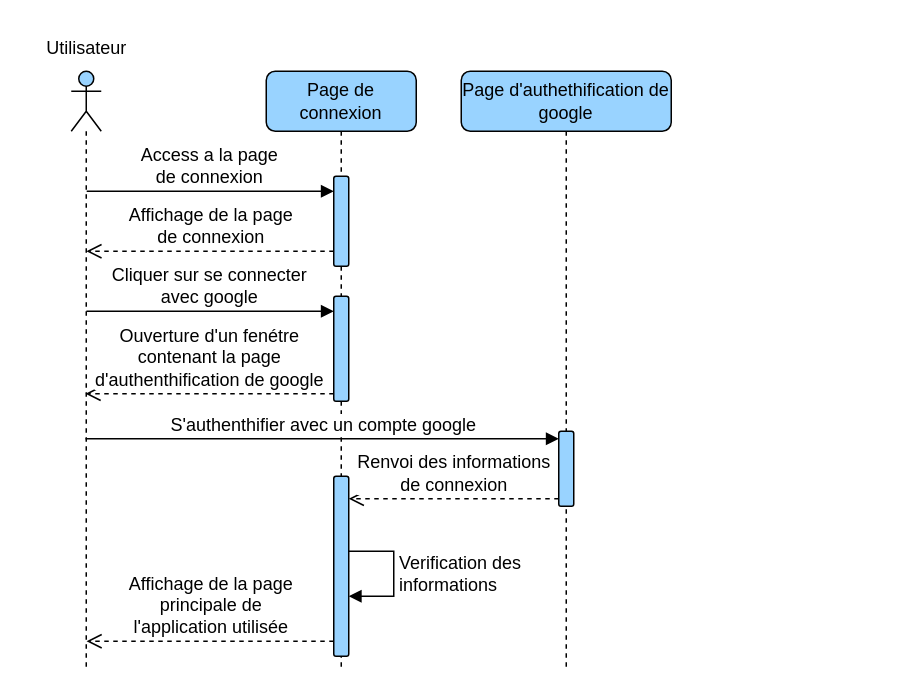
Before: page "google-auth" (4 of 6) of diagrams/sequence.drawio in devlotfi/peage-pay, a draw.io diagram. Source tidied: cells renumbered, new cells numbered last; positions are measured from the earlier drawing's top-left corner, leaving out a move shared by most shapes. Both pictures are drawn from the tidied source at 150%, with x=0, y=0 at pixel (26, 26).
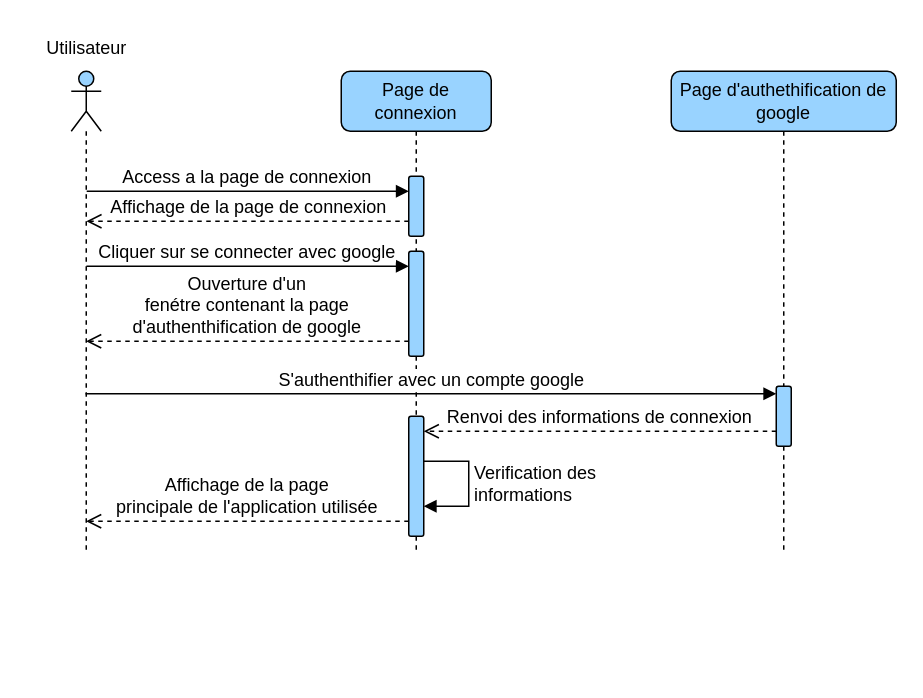
The same page after the edit.

What changed in the source:
```diff
@@
     <mxCell id="2" style="shape=umlLifeline;perimeter=lifelinePerimeter;whiteSpace=wrap;html=1;outlineConnect=0;portConstraint=eastwest;newEdgeStyle={&quot;curved&quot;:0,&quot;rounded&quot;:0};participant=umlActor;rounded=1;strokeColor=default;align=center;verticalAlign=middle;fontFamily=Helvetica;fontSize=12;fontColor=default;fontStyle=0;fillColor=#99D3FF;" parent="1" vertex="1">
-      <mxGeometry x="30" y="30" width="20" height="400" as="geometry" />
+      <mxGeometry x="30" y="30" width="20" height="320" as="geometry" />
     </mxCell>
     <mxCell id="3" value="Page de connexion" style="shape=umlLifeline;perimeter=lifelinePerimeter;whiteSpace=wrap;html=1;newEdgeStyle={&quot;curved&quot;:0,&quot;rounded&quot;:0};rounded=1;strokeColor=default;align=center;verticalAlign=middle;fontFamily=Helvetica;fontSize=12;fontColor=default;fontStyle=0;fillColor=#99D3FF;" parent="1" vertex="1">
-      <mxGeometry x="160" y="30" width="100" height="400" as="geometry" />
+      <mxGeometry x="210" y="30" width="100" height="320" as="geometry" />
     </mxCell>
     <mxCell id="4" style="html=1;points=[[0,0,0,0,5],[0,1,0,0,-5],[1,0,0,0,5],[1,1,0,0,-5]];perimeter=orthogonalPerimeter;outlineConnect=0;targetShapes=umlLifeline;portConstraint=eastwest;newEdgeStyle={&quot;curved&quot;:0,&quot;rounded&quot;:0};rounded=1;strokeColor=default;align=center;verticalAlign=middle;fontFamily=Helvetica;fontSize=12;fontColor=default;fontStyle=0;fillColor=#99D3FF;" parent="3" vertex="1">
-      <mxGeometry x="45" y="70" width="10" height="60" as="geometry" />
+      <mxGeometry x="45" y="70" width="10" height="40" as="geometry" />
     </mxCell>
     <mxCell id="5" style="html=1;points=[[0,0,0,0,5],[0,1,0,0,-5],[1,0,0,0,5],[1,1,0,0,-5]];perimeter=orthogonalPerimeter;outlineConnect=0;targetShapes=umlLifeline;portConstraint=eastwest;newEdgeStyle={&quot;curved&quot;:0,&quot;rounded&quot;:0};rounded=1;strokeColor=default;align=center;verticalAlign=middle;fontFamily=Helvetica;fontSize=12;fontColor=default;fontStyle=0;fillColor=#99D3FF;" parent="3" vertex="1">
-      <mxGeometry x="45" y="150" width="10" height="70" as="geometry" />
+      <mxGeometry x="45" y="120" width="10" height="70" as="geometry" />
     </mxCell>
     <mxCell id="6" style="html=1;points=[[0,0,0,0,5],[0,1,0,0,-5],[1,0,0,0,5],[1,1,0,0,-5]];perimeter=orthogonalPerimeter;outlineConnect=0;targetShapes=umlLifeline;portConstraint=eastwest;newEdgeStyle={&quot;curved&quot;:0,&quot;rounded&quot;:0};rounded=1;strokeColor=default;align=center;verticalAlign=middle;fontFamily=Helvetica;fontSize=12;fontColor=default;fontStyle=0;fillColor=#99D3FF;" parent="3" vertex="1">
-      <mxGeometry x="45" y="270" width="10" height="120" as="geometry" />
+      <mxGeometry x="45" y="230" width="10" height="80" as="geometry" />
     </mxCell>
-    <mxCell id="7" value="Verification des&lt;br&gt;informations" style="html=1;align=left;spacingLeft=2;endArrow=block;rounded=0;edgeStyle=orthogonalEdgeStyle;curved=0;rounded=0;fontFamily=Helvetica;fontSize=12;fontColor=default;fontStyle=0;" parent="3" edge="1" target="6">
+    <mxCell id="7" value="Verification des&lt;br&gt;informations" style="html=1;align=left;spacingLeft=2;endArrow=block;rounded=0;edgeStyle=orthogonalEdgeStyle;curved=0;rounded=0;fontFamily=Helvetica;fontSize=12;fontColor=default;fontStyle=0;" parent="3" edge="1">
       <mxGeometry relative="1" as="geometry">
-        <mxPoint x="55" y="320" as="sourcePoint" />
+        <mxPoint x="55" y="260" as="sourcePoint" />
+        <mxPoint x="55" y="290" as="targetPoint" />
         <Array as="points">
-          <mxPoint x="85" y="350" />
+          <mxPoint x="85" y="290" />
         </Array>
       </mxGeometry>
     </mxCell>
-    <mxCell id="8" value="Access a la page&lt;br&gt;de connexion" style="html=1;verticalAlign=bottom;endArrow=block;curved=0;rounded=0;fontFamily=Helvetica;fontSize=12;fontColor=default;fontStyle=0;" parent="1" edge="1" target="4">
+    <mxCell id="8" value="Access a la page de connexion" style="html=1;verticalAlign=bottom;endArrow=block;curved=0;rounded=0;fontFamily=Helvetica;fontSize=12;fontColor=default;fontStyle=0;" parent="1" edge="1" target="4">
       <mxGeometry relative="1" as="geometry">
         <mxPoint x="40.3" y="110" as="sourcePoint" />
       </mxGeometry>
     </mxCell>
-    <mxCell id="9" value="Affichage de la page&lt;br&gt;de connexion" style="html=1;verticalAlign=bottom;endArrow=open;dashed=1;endSize=8;curved=0;rounded=0;exitX=0;exitY=1;exitDx=0;exitDy=-5;fontFamily=Helvetica;fontSize=12;fontColor=default;fontStyle=0;" parent="1" edge="1">
+    <mxCell id="9" value="Affichage de la page de connexion" style="html=1;verticalAlign=bottom;endArrow=open;dashed=1;endSize=8;curved=0;rounded=0;fontFamily=Helvetica;fontSize=12;fontColor=default;fontStyle=0;" parent="1" edge="1">
       <mxGeometry relative="1" as="geometry">
-        <mxPoint x="205" y="150" as="sourcePoint" />
-        <mxPoint x="40.1" y="150" as="targetPoint" />
+        <mxPoint x="255" y="130" as="sourcePoint" />
+        <mxPoint x="40.1" y="130" as="targetPoint" />
       </mxGeometry>
     </mxCell>
-    <mxCell id="10" value="Cliquer sur se connecter&lt;br&gt;avec google" style="html=1;verticalAlign=bottom;endArrow=block;curved=0;rounded=0;fontFamily=Helvetica;fontSize=12;fontColor=default;fontStyle=0;" parent="1" edge="1">
+    <mxCell id="10" value="Cliquer sur se connecter avec google" style="html=1;verticalAlign=bottom;endArrow=block;curved=0;rounded=0;fontFamily=Helvetica;fontSize=12;fontColor=default;fontStyle=0;" parent="1" edge="1">
       <mxGeometry relative="1" as="geometry">
-        <mxPoint x="40.1" y="190" as="sourcePoint" />
-        <mxPoint x="205" y="190" as="targetPoint" />
+        <mxPoint x="40.1" y="160" as="sourcePoint" />
+        <mxPoint x="255" y="160" as="targetPoint" />
       </mxGeometry>
     </mxCell>
-    <mxCell id="11" value="Ouverture d'un fenétre &lt;br&gt;contenant la page&lt;br style=&quot;border-color: var(--border-color);&quot;&gt;d'authenthification de google" style="html=1;verticalAlign=bottom;endArrow=open;dashed=1;endSize=8;curved=0;rounded=0;exitX=0;exitY=1;exitDx=0;exitDy=-5;fontFamily=Helvetica;fontSize=12;fontColor=default;fontStyle=0;" parent="1" edge="1" source="5" target="2">
-      <mxGeometry relative="1" as="geometry" />
+    <mxCell id="11" value="Ouverture d'un&lt;div&gt;fenétre contenant la page&lt;br style=&quot;border-color: var(--border-color);&quot;&gt;d'authenthification de google&lt;/div&gt;" style="html=1;verticalAlign=bottom;endArrow=open;dashed=1;endSize=8;curved=0;rounded=0;exitX=0;exitY=1;exitDx=0;exitDy=-5;fontFamily=Helvetica;fontSize=12;fontColor=default;fontStyle=0;" parent="1" edge="1">
+      <mxGeometry relative="1" as="geometry">
+        <mxPoint x="255" y="210" as="sourcePoint" />
+        <mxPoint x="39.9" y="210" as="targetPoint" />
+      </mxGeometry>
     </mxCell>
     <mxCell id="12" value="Page d'authethification de google" style="shape=umlLifeline;perimeter=lifelinePerimeter;whiteSpace=wrap;html=1;newEdgeStyle={&quot;curved&quot;:0,&quot;rounded&quot;:0};rounded=1;strokeColor=default;align=center;verticalAlign=middle;fontFamily=Helvetica;fontSize=12;fontColor=default;fontStyle=0;fillColor=#99D3FF;" parent="1" vertex="1">
-      <mxGeometry x="290" y="30" width="140" height="400" as="geometry" />
+      <mxGeometry x="430" y="30" width="150" height="320" as="geometry" />
     </mxCell>
     <mxCell id="13" style="html=1;points=[[0,0,0,0,5],[0,1,0,0,-5],[1,0,0,0,5],[1,1,0,0,-5]];perimeter=orthogonalPerimeter;outlineConnect=0;targetShapes=umlLifeline;portConstraint=eastwest;newEdgeStyle={&quot;curved&quot;:0,&quot;rounded&quot;:0};rounded=1;strokeColor=default;align=center;verticalAlign=middle;fontFamily=Helvetica;fontSize=12;fontColor=default;fontStyle=0;fillColor=#99D3FF;" parent="12" vertex="1">
-      <mxGeometry x="65" y="240" width="10" height="50" as="geometry" />
+      <mxGeometry x="70" y="210" width="10" height="40" as="geometry" />
     </mxCell>
@@
-    <mxCell id="15" value="Renvoi des informations&lt;br&gt;de connexion" style="html=1;verticalAlign=bottom;endArrow=open;dashed=1;endSize=8;curved=0;rounded=0;exitX=0;exitY=1;exitDx=0;exitDy=-5;fontFamily=Helvetica;fontSize=12;fontColor=default;fontStyle=0;" parent="1" edge="1" source="13" target="6">
-      <mxGeometry relative="1" as="geometry" />
+    <mxCell id="15" value="Renvoi des informations de connexion" style="html=1;verticalAlign=bottom;endArrow=open;dashed=1;endSize=8;curved=0;rounded=0;exitX=0;exitY=1;exitDx=0;exitDy=-5;fontFamily=Helvetica;fontSize=12;fontColor=default;fontStyle=0;" parent="1" edge="1">
+      <mxGeometry relative="1" as="geometry">
+        <mxPoint x="500" y="270" as="sourcePoint" />
+        <mxPoint x="265" y="270" as="targetPoint" />
+      </mxGeometry>
     </mxCell>
-    <mxCell id="16" value="Affichage de la page&lt;br&gt;principale de &lt;br&gt;l'application utilisée" style="html=1;verticalAlign=bottom;endArrow=open;dashed=1;endSize=8;curved=0;rounded=0;fontFamily=Helvetica;fontSize=12;fontColor=default;fontStyle=0;" parent="1" edge="1">
+    <mxCell id="16" value="Affichage de la page&lt;br&gt;principale de l'application utilisée" style="html=1;verticalAlign=bottom;endArrow=open;dashed=1;endSize=8;curved=0;rounded=0;fontFamily=Helvetica;fontSize=12;fontColor=default;fontStyle=0;" parent="1" edge="1">
       <mxGeometry relative="1" as="geometry">
-        <mxPoint x="205" y="410" as="sourcePoint" />
-        <mxPoint x="40.2" y="410" as="targetPoint" />
+        <mxPoint x="255" y="330" as="sourcePoint" />
+        <mxPoint x="39.9" y="330" as="targetPoint" />
       </mxGeometry>
     </mxCell>
```
